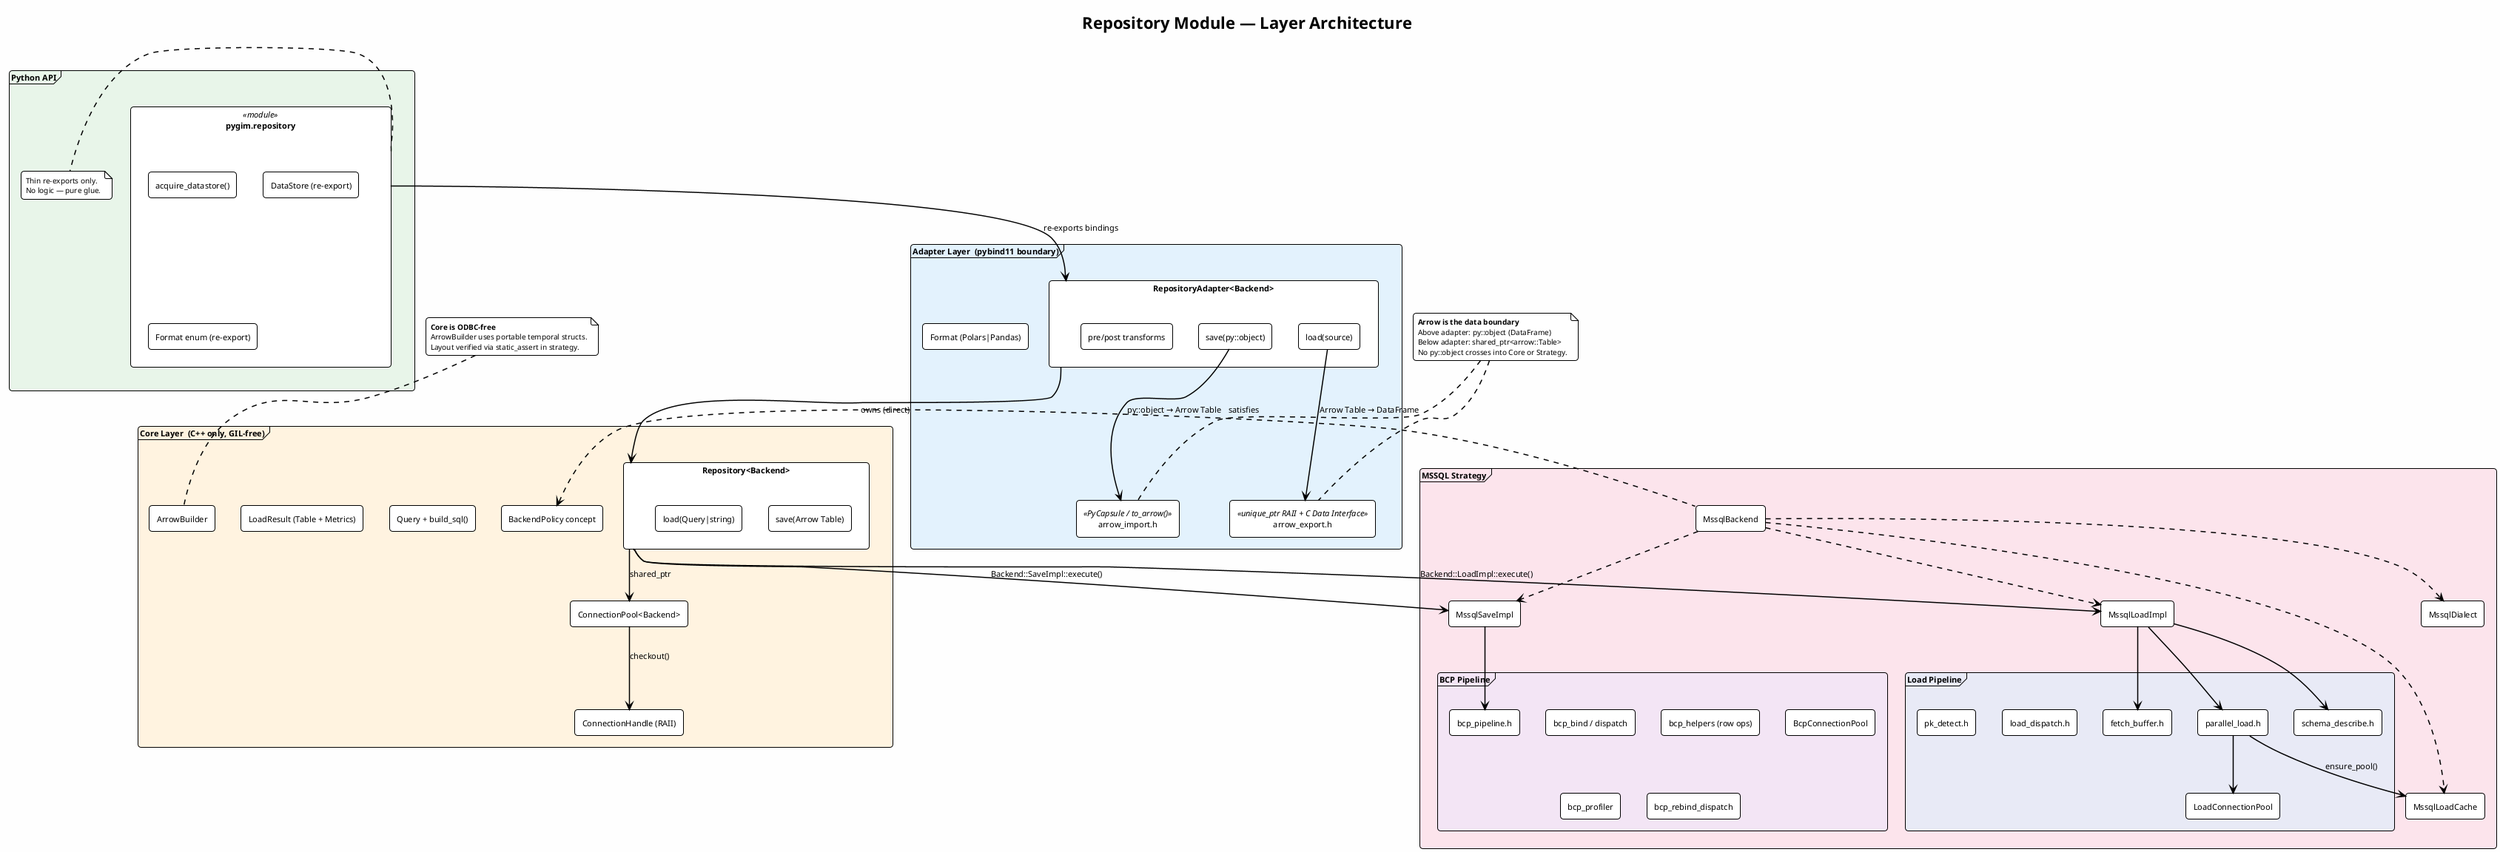
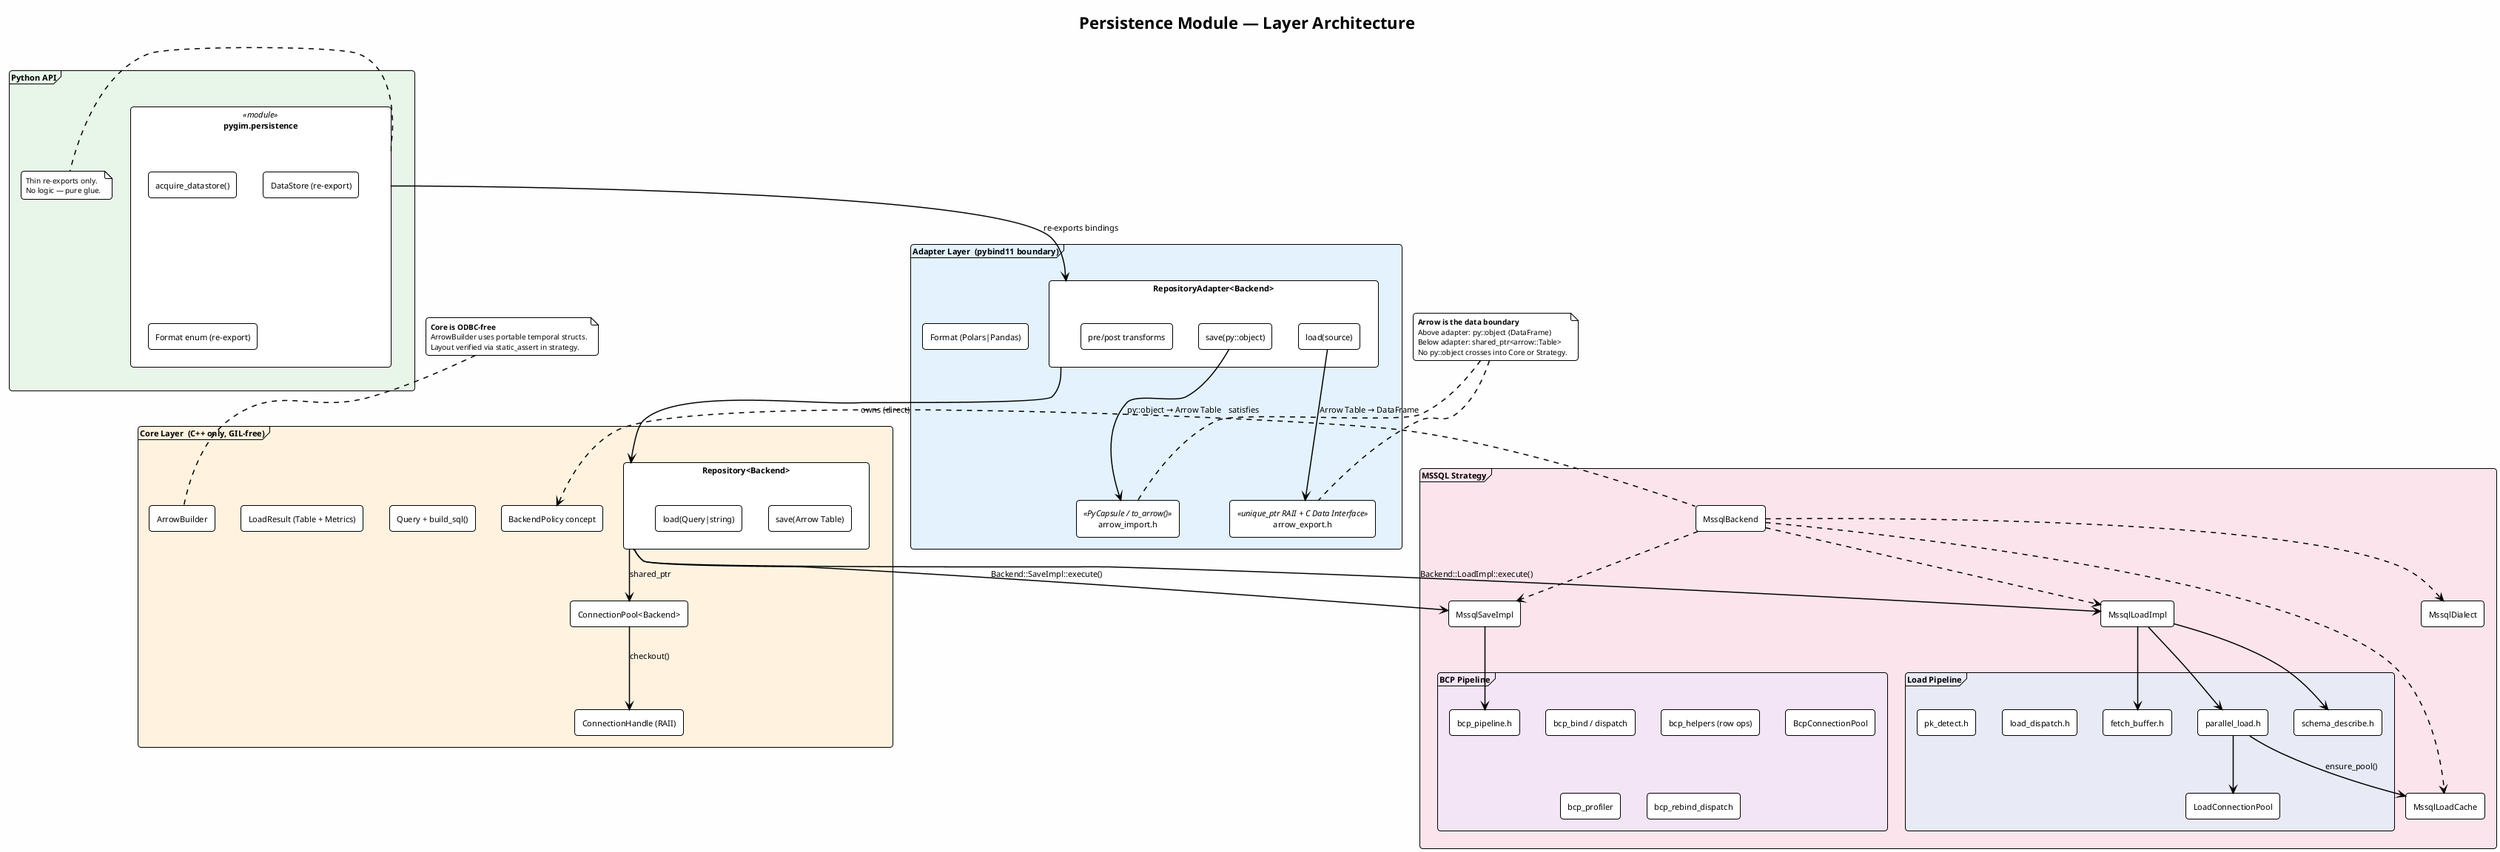
- @startuml repository_abstract_architecture
+ @startuml persistence_abstract_architecture
!theme plain
skinparam backgroundColor #FEFEFE
skinparam componentStyle rectangle
skinparam defaultFontName Consolas
skinparam defaultFontSize 11
skinparam shadowing false
skinparam roundCorner 8
skinparam packageStyle frame
skinparam noteFontSize 10
skinparam arrowThickness 1.5

- title Repository Module — Layer Architecture
+ title Persistence Module — Layer Architecture

' ────────────────────────── Python Layer ──────────────────────────
package "Python API" as PY #E8F5E9 {
-     component "pygim.repository" as py_repo <<module>> {
+     component "pygim.persistence" as py_repo <<module>> {
        component "acquire_datastore()" as acquire
        component "DataStore (re-export)" as py_cls
        component "Format enum (re-export)" as py_fmt
    }
    note right of py_repo
      Thin re-exports only.
      No logic — pure glue.
    end note
}

' ────────────────────────── Adapter Layer ──────────────────────────
package "Adapter Layer  (pybind11 boundary)" as AD #E3F2FD {
    component "RepositoryAdapter<Backend>" as adapter {
        component "save(py::object)" as ad_save
        component "load(source)" as ad_load
        component "pre/post transforms" as hooks
    }
    component "arrow_import.h" as imp <<PyCapsule / to_arrow()>>
    component "arrow_export.h" as exp <<unique_ptr RAII + C Data Interface>>
    component "Format (Polars|Pandas)" as fmt

    adapter -[hidden]down- imp
}

' ────────────────────────── Core Layer ──────────────────────────
package "Core Layer  (C++ only, GIL-free)" as CORE #FFF3E0 {
    component "Repository<Backend>" as repo {
        component "save(Arrow Table)" as c_save
        component "load(Query|string)" as c_load
    }
    component "ConnectionPool<Backend>" as pool
    component "ConnectionHandle (RAII)" as handle
    component "Query + build_sql()" as query
    component "BackendPolicy concept" as concept
    component "LoadResult (Table + Metrics)" as lr
    component "ArrowBuilder" as builder

    pool --> handle : checkout()
    repo --> pool : shared_ptr
}

' ────────────────────────── MSSQL Strategy ──────────────────────────
package "MSSQL Strategy" as MSSQL #FCE4EC {
    component "MssqlBackend" as backend
    component "MssqlSaveImpl" as save_impl
    component "MssqlLoadImpl" as load_impl
    component "MssqlDialect" as dialect
    component "MssqlLoadCache" as cache

    package "BCP Pipeline" as BCP #F3E5F5 {
        component "bcp_pipeline.h" as pipeline
        component "bcp_bind / dispatch" as bind
        component "bcp_helpers (row ops)" as helpers
        component "BcpConnectionPool" as bcp_pool
        component "bcp_profiler" as profiler
        component "bcp_rebind_dispatch" as rebind
    }

    package "Load Pipeline" as LOAD #E8EAF6 {
        component "parallel_load.h" as pload
        component "schema_describe.h" as schema
        component "fetch_buffer.h" as fbuf
        component "load_dispatch.h" as ldispatch
        component "pk_detect.h" as pk
        component "LoadConnectionPool" as lpool
    }

    backend ..> save_impl
    backend ..> load_impl
    backend ..> dialect
    backend ..> cache
    save_impl --> pipeline
    load_impl --> pload
    load_impl --> schema
    load_impl --> fbuf
    pload --> lpool
    pload --> cache : ensure_pool()
}

' ────────────────────────── Relationships ──────────────────────────
py_repo -down-> adapter : re-exports bindings
ad_save -down-> imp : py::object → Arrow Table
ad_load -down-> exp : Arrow Table → DataFrame
adapter -down-> repo : owns (direct)
repo -down-> save_impl : Backend::SaveImpl::execute()
repo -down-> load_impl : Backend::LoadImpl::execute()
backend .left.> concept : satisfies

' ────────────────────────── Data Boundary ──────────────────────────
note as N1
  **Arrow is the data boundary**
  Above adapter: py::object (DataFrame)
  Below adapter: shared_ptr<arrow::Table>
  No py::object crosses into Core or Strategy.
end note
N1 .. imp
N1 .. exp

note as N2
  **Core is ODBC-free**
  ArrowBuilder uses portable temporal structs.
  Layout verified via static_assert in strategy.
end note
N2 .. builder

@enduml
